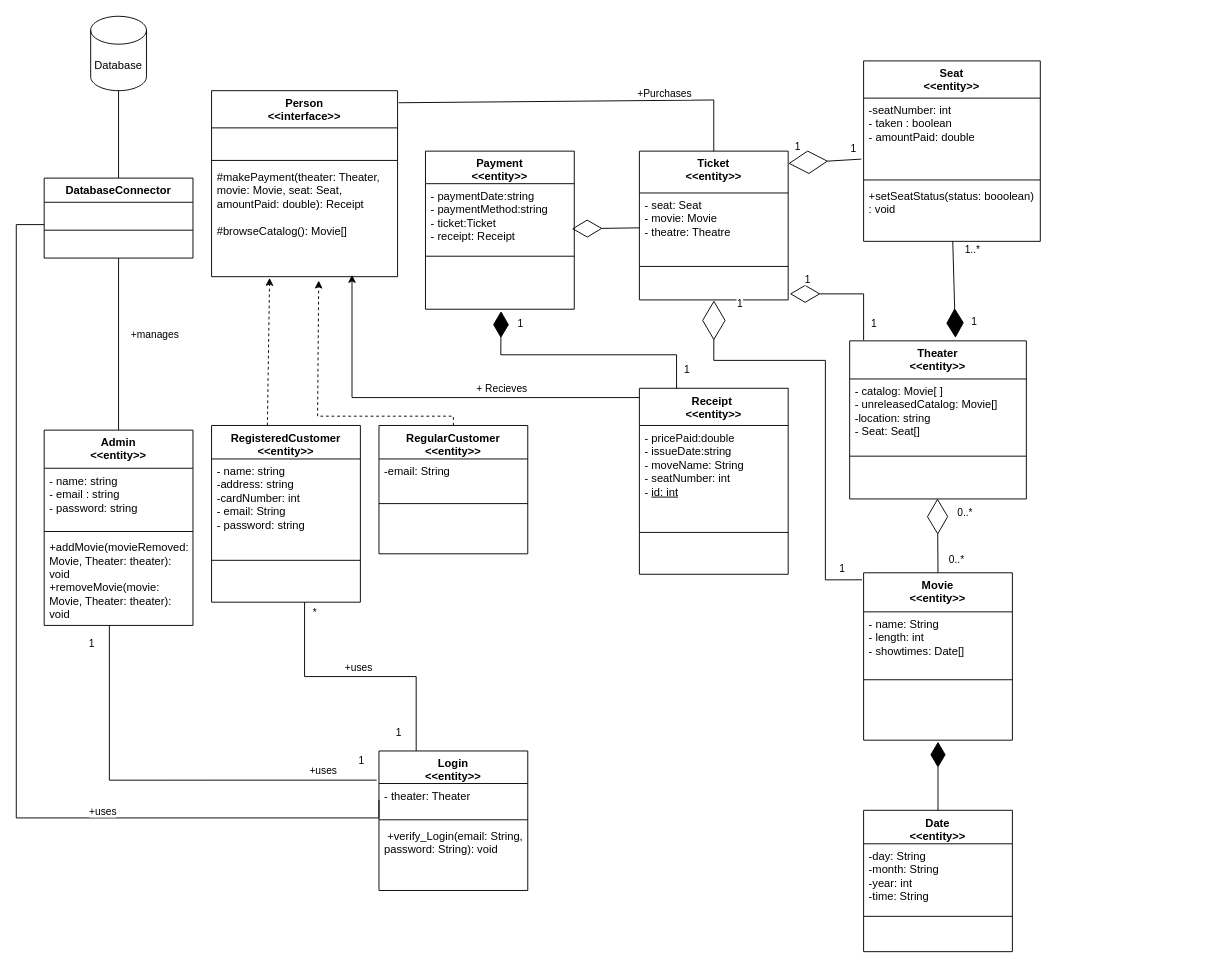
SenorYuen/ProjectGrp9 keeps this draw.io diagram as page "Domain Layer Class Diagram" (2 of 8) of ENSF 480 Final Project Diagrams.drawio. Above is the earlier version. Source tidied: cells renumbered, new cells numbered last; positions are measured from the earlier drawing's top-left corner, leaving out a move shared by most shapes. Both pictures are drawn from the tidied source at 93%, with x=0, y=0 at pixel (16, 16).
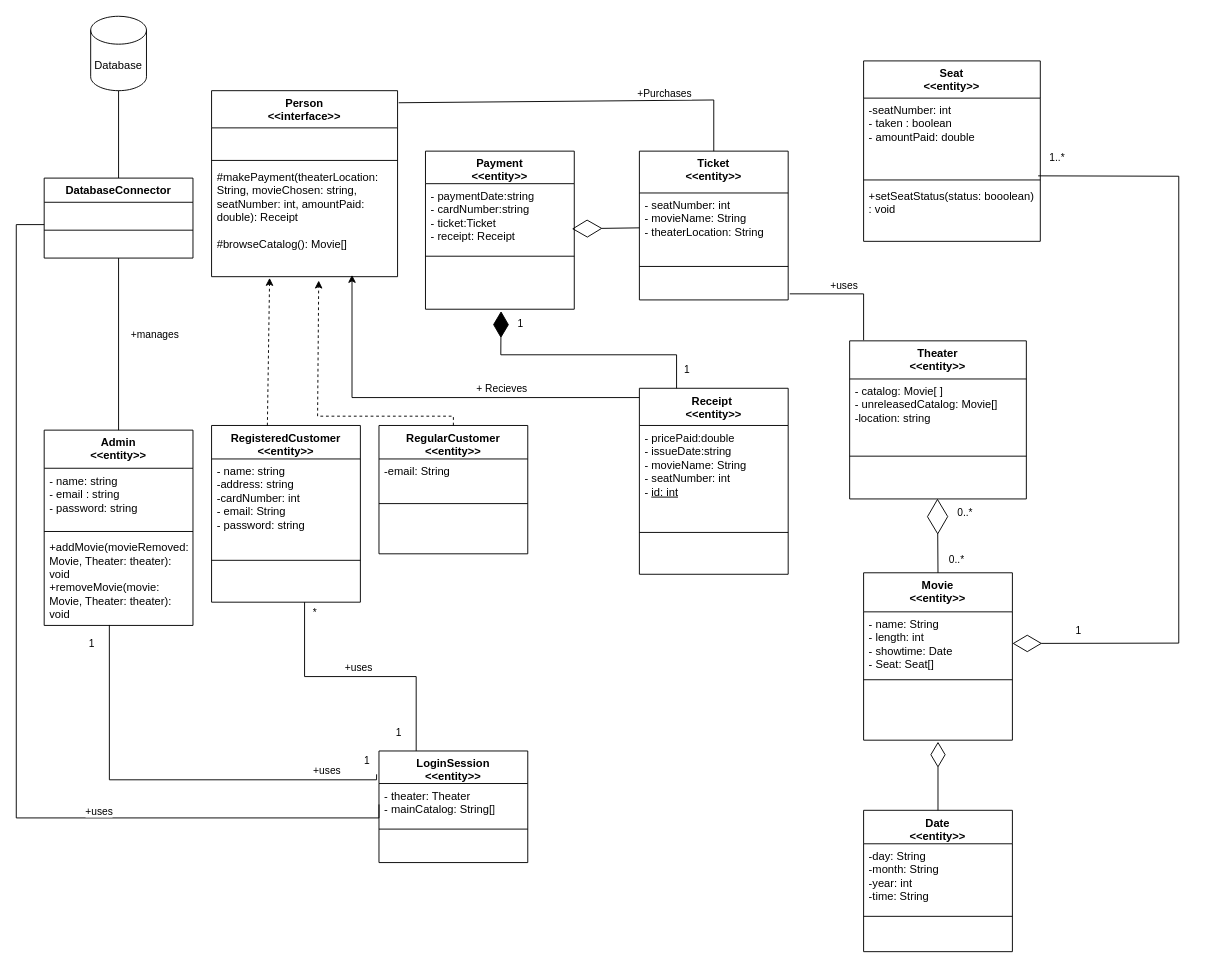
Above is the later version.

Commit message (it also covers changes not shown here):
Multiple things changed. login replaced UML altered to reflect changes

The change refers to these unchanged cells:
```xml
<mxCell id="2" value="&lt;div&gt;Person&lt;/div&gt;&lt;div&gt;&amp;lt;&amp;lt;interface&amp;gt;&amp;gt;&lt;/div&gt;" style="swimlane;fontStyle=1;align=center;verticalAlign=top;horizontal=1;startSize=40;whiteSpace=wrap;html=1;" parent="1" vertex="1">
  <mxGeometry x="210" y="80" width="200" height="200" as="geometry" />
</mxCell>
<mxCell id="7" value="&lt;div&gt;-seatNumber: int&lt;/div&gt;&lt;div&gt;- taken : boolean&lt;/div&gt;&lt;div&gt;- amountPaid: double&lt;/div&gt;" style="text;strokeColor=none;fillColor=none;align=left;verticalAlign=top;spacingLeft=4;spacingRight=4;overflow=hidden;points=[[0,0.5],[1,0.5]];portConstraint=eastwest;whiteSpace=wrap;html=1;" parent="6" vertex="1">
  <mxGeometry y="40" width="190" height="84" as="geometry" />
</mxCell>
<mxCell id="9" value="+setSeatStatus(status: booolean) : void" style="text;strokeColor=none;fillColor=none;align=left;verticalAlign=top;spacingLeft=4;spacingRight=4;overflow=hidden;points=[[0,0.5],[1,0.5]];portConstraint=eastwest;whiteSpace=wrap;html=1;" parent="6" vertex="1">
  <mxGeometry y="132" width="190" height="62" as="geometry" />
</mxCell>
<mxCell id="10" value="Theater&lt;div&gt;&amp;lt;&amp;lt;entity&amp;gt;&amp;gt;&lt;br&gt;&lt;div&gt;&lt;br&gt;&lt;/div&gt;&lt;/div&gt;" style="swimlane;fontStyle=1;align=center;verticalAlign=top;horizontal=1;startSize=41;whiteSpace=wrap;html=1;" parent="1" vertex="1">
  <mxGeometry x="896.1" y="349" width="190" height="170" as="geometry" />
</mxCell>
<mxCell id="14" value="Movie&lt;div&gt;&amp;lt;&amp;lt;entity&amp;gt;&amp;gt;&lt;br&gt;&lt;div&gt;&lt;br&gt;&lt;/div&gt;&lt;/div&gt;" style="swimlane;fontStyle=1;align=center;verticalAlign=top;horizontal=1;startSize=42;whiteSpace=wrap;html=1;" parent="1" vertex="1">
  <mxGeometry x="911.1" y="598.4" width="160" height="180" as="geometry" />
</mxCell>
<mxCell id="17" value="&amp;nbsp;" style="text;strokeColor=none;fillColor=none;align=left;verticalAlign=top;spacingLeft=4;spacingRight=4;overflow=hidden;points=[[0,0.5],[1,0.5]];portConstraint=eastwest;whiteSpace=wrap;html=1;" parent="14" vertex="1">
  <mxGeometry y="120" width="160" height="60" as="geometry" />
</mxCell>
<mxCell id="18" value="&lt;div&gt;&lt;div&gt;Date&lt;/div&gt;&lt;/div&gt;&lt;div&gt;&amp;lt;&amp;lt;entity&amp;gt;&amp;gt;&lt;/div&gt;" style="swimlane;fontStyle=1;align=center;verticalAlign=top;horizontal=1;startSize=36;whiteSpace=wrap;html=1;" parent="1" vertex="1">
  <mxGeometry x="911.1" y="853.8" width="160" height="152" as="geometry" />
</mxCell>
<mxCell id="22" value="Receipt&amp;nbsp;&lt;div&gt;&amp;lt;&amp;lt;entity&amp;gt;&amp;gt;&lt;br&gt;&lt;div&gt;&lt;br&gt;&lt;/div&gt;&lt;/div&gt;" style="swimlane;fontStyle=1;align=center;verticalAlign=top;horizontal=1;startSize=40;whiteSpace=wrap;html=1;" parent="1" vertex="1">
  <mxGeometry x="670" y="400" width="160" height="200" as="geometry" />
</mxCell>
<mxCell id="26" value="Ticket&lt;div&gt;&amp;lt;&amp;lt;entity&amp;gt;&amp;gt;&lt;br&gt;&lt;div&gt;&lt;br&gt;&lt;/div&gt;&lt;/div&gt;" style="swimlane;fontStyle=1;align=center;verticalAlign=top;horizontal=1;startSize=45;whiteSpace=wrap;html=1;" parent="1" vertex="1">
  <mxGeometry x="670" y="145" width="160" height="160" as="geometry" />
</mxCell>
<mxCell id="29" value="&amp;nbsp;&amp;nbsp;" style="text;strokeColor=none;fillColor=none;align=left;verticalAlign=top;spacingLeft=4;spacingRight=4;overflow=hidden;points=[[0,0.5],[1,0.5]];portConstraint=eastwest;whiteSpace=wrap;html=1;" parent="26" vertex="1">
  <mxGeometry y="128" width="160" height="32" as="geometry" />
</mxCell>
<mxCell id="60" value="Payment&lt;div&gt;&amp;lt;&amp;lt;entity&amp;gt;&amp;gt;&lt;br&gt;&lt;div&gt;&lt;br&gt;&lt;/div&gt;&lt;/div&gt;" style="swimlane;fontStyle=1;align=center;verticalAlign=top;horizontal=1;startSize=35;whiteSpace=wrap;html=1;" parent="1" vertex="1">
  <mxGeometry x="440" y="145" width="160" height="170" as="geometry" />
</mxCell>
```

Change to the diagram source:
```diff
@@
-    <mxCell id="5" value="#makePayment(theater: Theater, movie: Movie, seat: Seat, amountPaid: double): Receipt&lt;div&gt;&lt;br&gt;&lt;/div&gt;&lt;div&gt;#browseCatalog(): Movie[]&lt;/div&gt;&lt;div&gt;&lt;br&gt;&lt;/div&gt;&lt;div&gt;&lt;br&gt;&lt;/div&gt;" style="text;strokeColor=none;fillColor=none;align=left;verticalAlign=top;spacingLeft=4;spacingRight=4;overflow=hidden;points=[[0,0.5],[1,0.5]];portConstraint=eastwest;whiteSpace=wrap;html=1;" parent="2" vertex="1">
+    <mxCell id="5" value="#makePayment(theaterLocation: String, movieChosen: string, seatNumber: int, amountPaid: double): Receipt&lt;div&gt;&lt;br&gt;&lt;/div&gt;&lt;div&gt;#browseCatalog(): Movie[]&lt;/div&gt;&lt;div&gt;&lt;br&gt;&lt;/div&gt;&lt;div&gt;&lt;br&gt;&lt;/div&gt;" style="text;strokeColor=none;fillColor=none;align=left;verticalAlign=top;spacingLeft=4;spacingRight=4;overflow=hidden;points=[[0,0.5],[1,0.5]];portConstraint=eastwest;whiteSpace=wrap;html=1;" parent="2" vertex="1">
       <mxGeometry y="80" width="200" height="120" as="geometry" />
     </mxCell>
@@
-    <mxCell id="11" value="- catalog: Movie[ ]&lt;div&gt;- unreleasedCatalog: Movie[]&lt;br&gt;&lt;div&gt;-location: string&lt;/div&gt;&lt;div&gt;- Seat: Seat[]&lt;/div&gt;&lt;/div&gt;" style="text;strokeColor=none;fillColor=none;align=left;verticalAlign=top;spacingLeft=4;spacingRight=4;overflow=hidden;whiteSpace=wrap;html=1;" parent="10" vertex="1">
+    <mxCell id="11" value="- catalog: Movie[ ]&lt;div&gt;- unreleasedCatalog: Movie[]&lt;br&gt;&lt;div&gt;-location: string&lt;/div&gt;&lt;div&gt;&lt;br&gt;&lt;/div&gt;&lt;/div&gt;" style="text;strokeColor=none;fillColor=none;align=left;verticalAlign=top;spacingLeft=4;spacingRight=4;overflow=hidden;whiteSpace=wrap;html=1;" parent="10" vertex="1">
       <mxGeometry y="41" width="190" height="79" as="geometry" />
     </mxCell>
@@
-    <mxCell id="15" value="- name: String&lt;div&gt;- length: int&lt;/div&gt;&lt;div&gt;- showtimes: Date[]&lt;/div&gt;&lt;div&gt;&lt;br&gt;&lt;/div&gt;" style="text;strokeColor=none;fillColor=none;align=left;verticalAlign=top;spacingLeft=4;spacingRight=4;overflow=hidden;points=[[0,0.5],[1,0.5]];portConstraint=eastwest;whiteSpace=wrap;html=1;" parent="14" vertex="1">
+    <mxCell id="15" value="- name: String&lt;div&gt;- length: int&lt;/div&gt;&lt;div&gt;- showtime: Date&lt;/div&gt;&lt;div&gt;- Seat: Seat[]&lt;/div&gt;" style="text;strokeColor=none;fillColor=none;align=left;verticalAlign=top;spacingLeft=4;spacingRight=4;overflow=hidden;points=[[0,0.5],[1,0.5]];portConstraint=eastwest;whiteSpace=wrap;html=1;" parent="14" vertex="1">
       <mxGeometry y="42" width="160" height="68" as="geometry" />
     </mxCell>
@@
-    <mxCell id="23" value="- pricePaid:double&amp;nbsp; &amp;nbsp; &amp;nbsp; &amp;nbsp; &amp;nbsp; &amp;nbsp;&amp;nbsp;&lt;div&gt;- issueDate:string&lt;span style=&quot;background-color: initial;&quot;&gt;&amp;nbsp;&lt;/span&gt;&lt;span style=&quot;background-color: initial;&quot;&gt;&amp;nbsp; &amp;nbsp; &amp;nbsp; &amp;nbsp; &amp;nbsp; &amp;nbsp; &amp;nbsp; &amp;nbsp;&lt;/span&gt;&lt;div&gt;&lt;div&gt;&lt;div&gt;- moveName: String&lt;/div&gt;&lt;/div&gt;&lt;/div&gt;&lt;div&gt;- seatNumber: int&lt;/div&gt;&lt;/div&gt;&lt;div&gt;- &lt;u&gt;id: int&lt;/u&gt;&lt;/div&gt;" style="text;strokeColor=none;fillColor=none;align=left;verticalAlign=top;spacingLeft=4;spacingRight=4;overflow=hidden;whiteSpace=wrap;html=1;" parent="22" vertex="1">
+    <mxCell id="23" value="- pricePaid:double&amp;nbsp; &amp;nbsp; &amp;nbsp; &amp;nbsp; &amp;nbsp; &amp;nbsp;&amp;nbsp;&lt;div&gt;- issueDate:string&lt;span style=&quot;background-color: initial;&quot;&gt;&amp;nbsp;&lt;/span&gt;&lt;span style=&quot;background-color: initial;&quot;&gt;&amp;nbsp; &amp;nbsp; &amp;nbsp; &amp;nbsp; &amp;nbsp; &amp;nbsp; &amp;nbsp; &amp;nbsp;&lt;/span&gt;&lt;div&gt;&lt;div&gt;&lt;div&gt;- movieName: String&lt;/div&gt;&lt;/div&gt;&lt;/div&gt;&lt;div&gt;- seatNumber: int&lt;/div&gt;&lt;/div&gt;&lt;div&gt;- &lt;u&gt;id: int&lt;/u&gt;&lt;/div&gt;" style="text;strokeColor=none;fillColor=none;align=left;verticalAlign=top;spacingLeft=4;spacingRight=4;overflow=hidden;whiteSpace=wrap;html=1;" parent="22" vertex="1">
       <mxGeometry y="40" width="160" height="110" as="geometry" />
     </mxCell>
@@
-    <mxCell id="27" value="- seat: Seat&lt;div&gt;- movie: Movie&lt;/div&gt;&lt;div&gt;- theatre: Theatre&lt;/div&gt;&lt;div&gt;&lt;br&gt;&lt;/div&gt;" style="text;strokeColor=none;fillColor=none;align=left;verticalAlign=top;spacingLeft=4;spacingRight=4;overflow=hidden;points=[[0,0.5],[1,0.5]];portConstraint=eastwest;whiteSpace=wrap;html=1;" parent="26" vertex="1">
+    <mxCell id="27" value="&lt;div&gt;- seatNumber: int&lt;/div&gt;&lt;div&gt;- movieName: String&lt;/div&gt;&lt;div&gt;- theaterLocation: String&lt;/div&gt;" style="text;strokeColor=none;fillColor=none;align=left;verticalAlign=top;spacingLeft=4;spacingRight=4;overflow=hidden;points=[[0,0.5],[1,0.5]];portConstraint=eastwest;whiteSpace=wrap;html=1;" parent="26" vertex="1">
       <mxGeometry y="45" width="160" height="75" as="geometry" />
     </mxCell>
@@
-    <mxCell id="47" style="edgeStyle=none;rounded=0;jettySize=auto;html=1;endArrow=diamondThin;endFill=1;endSize=29;entryX=0.599;entryY=-0.019;entryDx=0;entryDy=0;entryPerimeter=0;" parent="1" edge="1" source="9" target="10">
-      <mxGeometry relative="1" as="geometry" />
+    <mxCell id="47" style="edgeStyle=none;rounded=0;jettySize=auto;html=1;endArrow=diamondThin;endFill=0;endSize=29;entryX=1;entryY=0.5;entryDx=0;entryDy=0;exitX=0.988;exitY=0.995;exitDx=0;exitDy=0;exitPerimeter=0;" parent="1" edge="1" source="7" target="15">
+      <mxGeometry relative="1" as="geometry">
+        <Array as="points">
+          <mxPoint x="1250" y="172" />
+          <mxPoint x="1250" y="674" />
+        </Array>
+      </mxGeometry>
     </mxCell>
     <mxCell id="48" value="1..*" style="edgeLabel;html=1;align=center;verticalAlign=middle;" parent="47" vertex="1">
       <mxGeometry x="-0.84" y="-1" relative="1" as="geometry">
-        <mxPoint x="21" as="offset" />
+        <mxPoint x="-47" y="-21" as="offset" />
       </mxGeometry>
     </mxCell>
     <mxCell id="49" value="1" style="edgeLabel;html=1;align=center;verticalAlign=middle;" parent="47" vertex="1">
       <mxGeometry x="0.64" y="-5" relative="1" as="geometry">
-        <mxPoint x="25" as="offset" />
+        <mxPoint x="-80" y="-9" as="offset" />
       </mxGeometry>
     </mxCell>
-    <mxCell id="50" style="rounded=0;jettySize=auto;html=1;entryX=0.5;entryY=1.027;entryDx=0;entryDy=0;entryPerimeter=0;endArrow=diamondThin;endFill=1;endSize=25;exitX=0.5;exitY=0;exitDx=0;exitDy=0;" parent="1" edge="1" source="18" target="17">
+    <mxCell id="50" style="rounded=0;jettySize=auto;html=1;entryX=0.5;entryY=1.027;entryDx=0;entryDy=0;entryPerimeter=0;endArrow=diamondThin;endFill=0;endSize=25;exitX=0.5;exitY=0;exitDx=0;exitDy=0;" parent="1" edge="1" source="18" target="17">
       <mxGeometry relative="1" as="geometry" />
     </mxCell>
@@
-    <mxCell id="61" value="- paymentDate:string&lt;div&gt;- paymentMethod:string&lt;/div&gt;&lt;div&gt;- ticket:Ticket&lt;/div&gt;&lt;div&gt;- receipt: Receipt&lt;/div&gt;" style="text;strokeColor=none;fillColor=none;align=left;verticalAlign=top;spacingLeft=4;spacingRight=4;overflow=hidden;points=[[0,0.5],[1,0.5]];portConstraint=eastwest;whiteSpace=wrap;html=1;" parent="60" vertex="1">
+    <mxCell id="61" value="- paymentDate:string&lt;div&gt;- cardNumber:string&lt;/div&gt;&lt;div&gt;- ticket:Ticket&lt;/div&gt;&lt;div&gt;- receipt: Receipt&lt;/div&gt;" style="text;strokeColor=none;fillColor=none;align=left;verticalAlign=top;spacingLeft=4;spacingRight=4;overflow=hidden;points=[[0,0.5],[1,0.5]];portConstraint=eastwest;whiteSpace=wrap;html=1;" parent="60" vertex="1">
       <mxGeometry y="35" width="160" height="74" as="geometry" />
     </mxCell>
@@
-    <mxCell id="65" style="rounded=0;jettySize=auto;html=1;entryX=1.001;entryY=0.083;entryDx=0;entryDy=0;startArrow=none;startFill=0;endArrow=diamondThin;endFill=0;startSize=40;endSize=40;exitX=-0.013;exitY=0.781;exitDx=0;exitDy=0;exitPerimeter=0;entryPerimeter=0;" parent="1" edge="1" source="7" target="26">
-      <mxGeometry relative="1" as="geometry" />
-    </mxCell>
-    <mxCell id="66" value="1" style="edgeLabel;html=1;align=center;verticalAlign=middle;" parent="65" vertex="1">
-      <mxGeometry x="0.85" relative="1" as="geometry">
-        <mxPoint x="64" y="-16" as="offset" />
-      </mxGeometry>
-    </mxCell>
-    <mxCell id="67" value="1" style="edgeLabel;html=1;align=center;verticalAlign=middle;" parent="65" vertex="1">
-      <mxGeometry x="-0.92" y="4" relative="1" as="geometry">
-        <mxPoint x="-66" y="-18" as="offset" />
-      </mxGeometry>
-    </mxCell>
@@
-    <mxCell id="70" style="rounded=0;jettySize=auto;html=1;entryX=0.501;entryY=1.018;entryDx=0;entryDy=0;exitX=-0.011;exitY=0.042;exitDx=0;exitDy=0;endArrow=diamondThin;endFill=0;startSize=40;endSize=40;entryPerimeter=0;exitPerimeter=0;" parent="1" edge="1" source="14" target="29">
-      <mxGeometry relative="1" as="geometry">
-        <Array as="points">
-          <mxPoint x="870" y="606" />
-          <mxPoint x="870" y="370" />
-          <mxPoint x="750" y="370" />
-        </Array>
-      </mxGeometry>
-    </mxCell>
-    <mxCell id="71" value="1" style="edgeLabel;html=1;align=center;verticalAlign=middle;" parent="70" vertex="1">
-      <mxGeometry x="-0.95" y="2" relative="1" as="geometry">
-        <mxPoint x="-11" y="-14" as="offset" />
-      </mxGeometry>
-    </mxCell>
-    <mxCell id="72" value="1" style="edgeLabel;html=1;align=center;verticalAlign=middle;" parent="70" vertex="1">
-      <mxGeometry x="0.93" y="-4" relative="1" as="geometry">
-        <mxPoint x="23" y="-13" as="offset" />
-      </mxGeometry>
-    </mxCell>
-    <mxCell id="73" value="Login&lt;div&gt;&amp;lt;&amp;lt;entity&amp;gt;&amp;gt;&lt;br&gt;&lt;div&gt;&lt;br&gt;&lt;/div&gt;&lt;/div&gt;" style="swimlane;fontStyle=1;align=center;verticalAlign=top;horizontal=1;startSize=35;whiteSpace=wrap;html=1;" parent="1" vertex="1">
-      <mxGeometry x="390" y="790" width="160" height="150" as="geometry" />
+    <mxCell id="73" value="LoginSession&lt;div&gt;&amp;lt;&amp;lt;entity&amp;gt;&amp;gt;&lt;br&gt;&lt;div&gt;&lt;br&gt;&lt;/div&gt;&lt;/div&gt;" style="swimlane;fontStyle=1;align=center;verticalAlign=top;horizontal=1;startSize=35;whiteSpace=wrap;html=1;" parent="1" vertex="1">
+      <mxGeometry x="390" y="790" width="160" height="120" as="geometry" />
     </mxCell>
-    <mxCell id="74" value="- theater: Theater" style="text;strokeColor=none;fillColor=none;align=left;verticalAlign=top;spacingLeft=4;spacingRight=4;overflow=hidden;points=[[0,0.5],[1,0.5]];portConstraint=eastwest;whiteSpace=wrap;html=1;" parent="73" vertex="1">
-      <mxGeometry y="35" width="160" height="35" as="geometry" />
+    <mxCell id="74" value="- theater: Theater&lt;div&gt;- mainCatalog: String[]&lt;/div&gt;" style="text;strokeColor=none;fillColor=none;align=left;verticalAlign=top;spacingLeft=4;spacingRight=4;overflow=hidden;points=[[0,0.5],[1,0.5]];portConstraint=eastwest;whiteSpace=wrap;html=1;" parent="73" vertex="1">
+      <mxGeometry y="35" width="160" height="45" as="geometry" />
     </mxCell>
     <mxCell id="75" style="line;strokeWidth=1;fillColor=none;align=left;verticalAlign=middle;spacingTop=-1;spacingLeft=3;spacingRight=3;labelPosition=right;strokeColor=inherit;" parent="73" vertex="1">
-      <mxGeometry y="70" width="160" height="8" as="geometry" />
+      <mxGeometry y="80" width="160" height="8" as="geometry" />
     </mxCell>
-    <mxCell id="76" value="&amp;nbsp;+verify_Login(email: String, password: String): void&amp;nbsp;" style="text;strokeColor=none;fillColor=none;align=left;verticalAlign=top;spacingLeft=4;spacingRight=4;overflow=hidden;whiteSpace=wrap;html=1;" parent="73" vertex="1">
-      <mxGeometry y="78" width="160" height="72" as="geometry" />
+    <mxCell id="76" value="&amp;nbsp;" style="text;strokeColor=none;fillColor=none;align=left;verticalAlign=top;spacingLeft=4;spacingRight=4;overflow=hidden;whiteSpace=wrap;html=1;" parent="73" vertex="1">
+      <mxGeometry y="88" width="160" height="32" as="geometry" />
     </mxCell>
@@
-    <mxCell id="87" style="edgeStyle=orthogonalEdgeStyle;rounded=0;jettySize=auto;html=1;entryX=0.079;entryY=-0.004;entryDx=0;entryDy=0;entryPerimeter=0;exitX=1.011;exitY=0.796;exitDx=0;exitDy=0;endArrow=none;endFill=0;startArrow=diamondThin;startFill=0;startSize=30;exitPerimeter=0;" parent="1" edge="1" source="29" target="10">
+    <mxCell id="87" style="edgeStyle=orthogonalEdgeStyle;rounded=0;jettySize=auto;html=1;entryX=0.079;entryY=-0.004;entryDx=0;entryDy=0;entryPerimeter=0;exitX=1.011;exitY=0.796;exitDx=0;exitDy=0;endArrow=none;endFill=0;startArrow=none;startFill=0;startSize=30;exitPerimeter=0;" parent="1" edge="1" source="29" target="10">
       <mxGeometry relative="1" as="geometry" />
     </mxCell>
-    <mxCell id="88" value="1" style="edgeLabel;html=1;align=center;verticalAlign=middle;" parent="87" vertex="1">
-      <mxGeometry x="-0.84" y="-2" relative="1" as="geometry">
-        <mxPoint x="9" y="-18" as="offset" />
-      </mxGeometry>
-    </mxCell>
-    <mxCell id="89" value="1" style="edgeLabel;html=1;align=center;verticalAlign=middle;" parent="87" vertex="1">
-      <mxGeometry x="0.92" y="1" relative="1" as="geometry">
-        <mxPoint x="9" y="-13" as="offset" />
-      </mxGeometry>
-    </mxCell>
+    <mxCell id="95" value="+uses" style="edgeLabel;html=1;align=center;verticalAlign=middle;" parent="87" vertex="1">
+      <mxGeometry x="-0.37" y="-1" relative="1" as="geometry">
+        <mxPoint x="17" y="-10" as="offset" />
+      </mxGeometry>
+    </mxCell>
```
